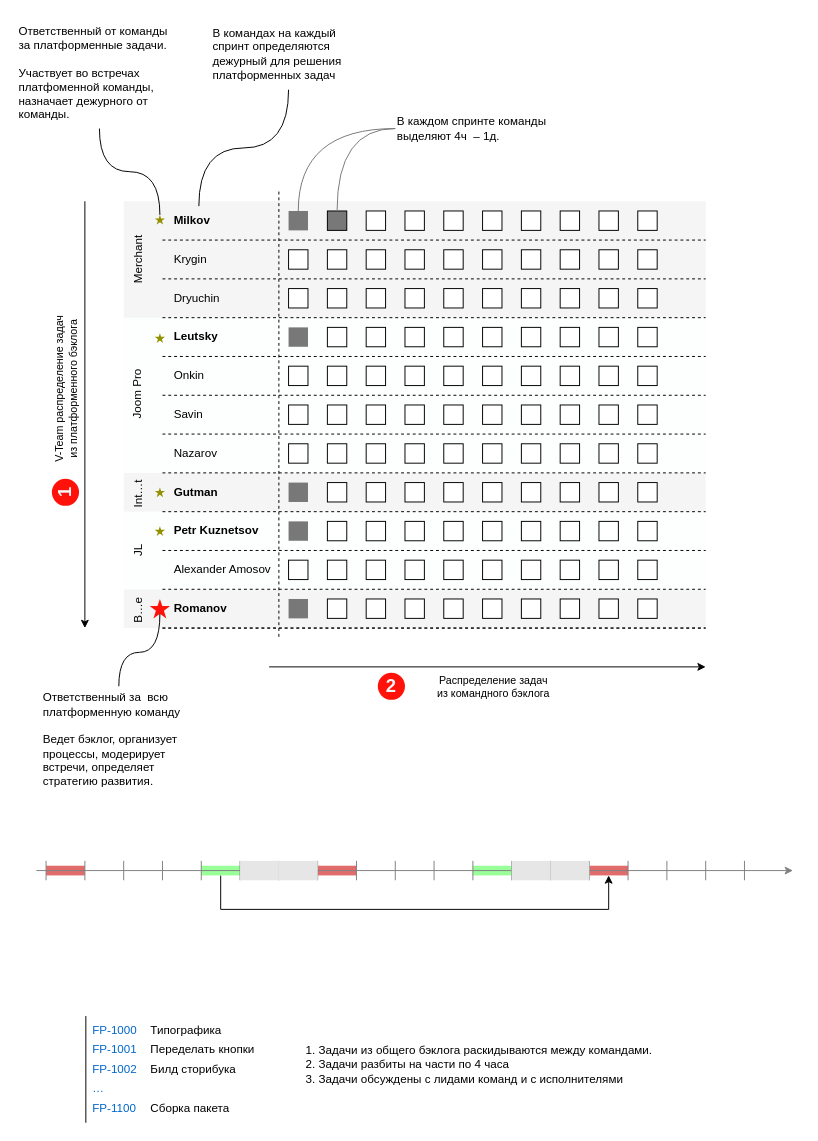
The draw.io diagram design-flow.drawio in ajile/draw-io, before the edit. Source tidied: cells renumbered, new cells numbered last; positions are measured from the earlier drawing's top-left corner, leaving out a move shared by most shapes. Both pictures are drawn from the tidied source at 97%, with x=0, y=0 at pixel (16, 16).
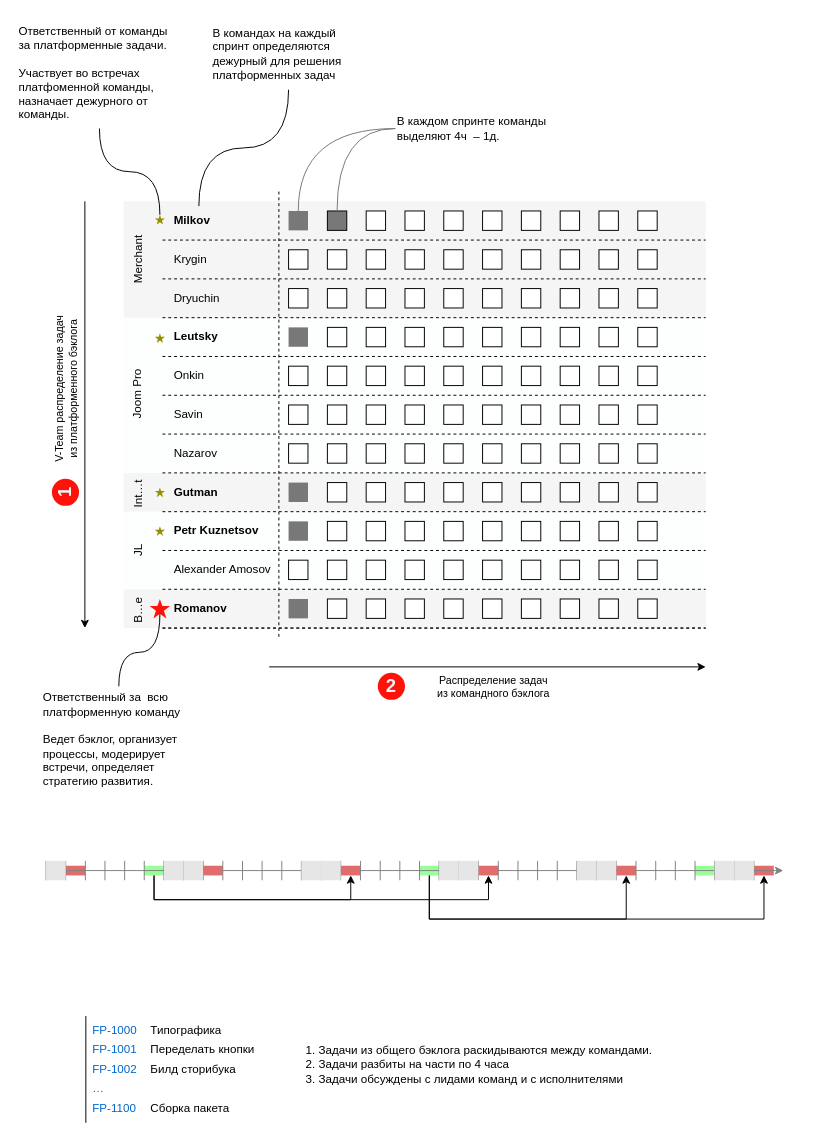
Above is the later version.

Change to the diagram source:
```diff
@@
-    <mxCell id="3" style="edgeStyle=orthogonalEdgeStyle;rounded=0;jettySize=auto;html=1;entryX=0.5;entryY=1;entryDx=0;entryDy=0;exitX=0.5;exitY=1;exitDx=0;exitDy=0;" parent="2" edge="1" source="4" target="8">
-      <mxGeometry relative="1" as="geometry">
-        <Array as="points">
-          <mxPoint x="210" y="920" />
-          <mxPoint x="610" y="920" />
-        </Array>
-      </mxGeometry>
-    </mxCell>
+    <mxCell id="209" style="rounded=0;whiteSpace=wrap;html=1;strokeColor=none;fillColor=#E06C6C;" parent="2" vertex="1">
+      <mxGeometry x="760" y="875" width="20.2" height="10" as="geometry" />
+    </mxCell>
+    <mxCell id="210" style="rounded=0;whiteSpace=wrap;html=1;strokeColor=none;fillColor=#99FF99;" parent="2" vertex="1">
+      <mxGeometry x="699" y="875" width="20.2" height="10" as="geometry" />
+    </mxCell>
+    <mxCell id="211" style="edgeStyle=orthogonalEdgeStyle;rounded=0;jettySize=auto;html=1;exitX=0.5;exitY=1;exitDx=0;exitDy=0;entryX=0.5;entryY=1;entryDx=0;entryDy=0;" parent="2" edge="1" source="212" target="236">
+      <mxGeometry relative="1" as="geometry">
+        <Array as="points">
+          <mxPoint x="425" y="930" />
+          <mxPoint x="628" y="930" />
+        </Array>
+      </mxGeometry>
+    </mxCell>
+    <mxCell id="212" style="rounded=0;whiteSpace=wrap;html=1;strokeColor=none;fillColor=#99FF99;" parent="2" vertex="1">
+      <mxGeometry x="415" y="875" width="20.2" height="10" as="geometry" />
+    </mxCell>
+    <mxCell id="213" style="edgeStyle=orthogonalEdgeStyle;rounded=0;jettySize=auto;html=1;entryX=0.5;entryY=1;entryDx=0;entryDy=0;exitX=0.5;exitY=1;exitDx=0;exitDy=0;" parent="2" edge="1" source="4" target="216">
+      <mxGeometry relative="1" as="geometry">
+        <Array as="points">
+          <mxPoint x="141" y="910" />
+          <mxPoint x="344" y="910" />
+        </Array>
+      </mxGeometry>
+    </mxCell>
     <mxCell id="4" style="rounded=0;whiteSpace=wrap;html=1;strokeColor=none;fillColor=#99FF99;" parent="2" vertex="1">
-      <mxGeometry x="190" y="875" width="40" height="10" as="geometry" />
+      <mxGeometry x="131.2" y="875" width="20.2" height="10" as="geometry" />
     </mxCell>
-    <mxCell id="5" style="rounded=0;whiteSpace=wrap;html=1;strokeColor=none;fillColor=#99FF99;" parent="2" vertex="1">
-      <mxGeometry x="470" y="875" width="40" height="10" as="geometry" />
-    </mxCell>
-    <mxCell id="6" style="rounded=0;whiteSpace=wrap;html=1;strokeColor=none;fillColor=#E06C6C;" parent="2" vertex="1">
-      <mxGeometry x="310" y="875" width="40" height="10" as="geometry" />
-    </mxCell>
     <mxCell id="7" style="rounded=0;whiteSpace=wrap;html=1;strokeColor=none;fillColor=#E06C6C;" parent="2" vertex="1">
-      <mxGeometry x="30" y="875" width="40" height="10" as="geometry" />
+      <mxGeometry x="50.2" y="875" width="20.2" height="10" as="geometry" />
     </mxCell>
-    <mxCell id="8" style="rounded=0;whiteSpace=wrap;html=1;strokeColor=none;fillColor=#E06C6C;fontStyle=1;" parent="2" vertex="1">
-      <mxGeometry x="590" y="875" width="40" height="10" as="geometry" />
-    </mxCell>
-    <mxCell id="9" style="endArrow=classic;html=1;rounded=0;strokeColor=#808080;" parent="2" edge="1">
+    <mxCell id="9" style="endArrow=classic;html=1;rounded=0;strokeColor=#808080;" parent="2" edge="1" source="215">
       <mxGeometry relative="1" as="geometry">
-        <mxPoint x="20" y="880" as="sourcePoint" />
-        <mxPoint x="800" y="880" as="targetPoint" />
+        <mxPoint x="790" y="880" as="targetPoint" />
       </mxGeometry>
     </mxCell>
     <mxCell id="10" style="endArrow=none;html=1;rounded=0;strokeColor=#808080;" parent="2" edge="1">
       <mxGeometry relative="1" as="geometry">
-        <mxPoint x="70" y="890" as="sourcePoint" />
-        <mxPoint x="70" y="870" as="targetPoint" />
+        <mxPoint x="70.5" y="890" as="sourcePoint" />
+        <mxPoint x="70.5" y="870" as="targetPoint" />
       </mxGeometry>
     </mxCell>
     <mxCell id="11" style="endArrow=none;html=1;rounded=0;strokeColor=#808080;" parent="2" edge="1">
       <mxGeometry relative="1" as="geometry">
-        <mxPoint x="110" y="890" as="sourcePoint" />
-        <mxPoint x="110" y="870" as="targetPoint" />
+        <mxPoint x="90.7" y="890" as="sourcePoint" />
+        <mxPoint x="90.7" y="870" as="targetPoint" />
       </mxGeometry>
     </mxCell>
     <mxCell id="12" style="endArrow=none;html=1;rounded=0;strokeColor=#808080;" parent="2" edge="1">
       <mxGeometry relative="1" as="geometry">
-        <mxPoint x="150" y="890" as="sourcePoint" />
-        <mxPoint x="150" y="870" as="targetPoint" />
+        <mxPoint x="111" y="890" as="sourcePoint" />
+        <mxPoint x="111" y="870" as="targetPoint" />
       </mxGeometry>
     </mxCell>
     <mxCell id="13" style="endArrow=none;html=1;rounded=0;strokeColor=#808080;" parent="2" edge="1">
       <mxGeometry relative="1" as="geometry">
-        <mxPoint x="190" y="890" as="sourcePoint" />
-        <mxPoint x="190" y="870" as="targetPoint" />
+        <mxPoint x="131.2" y="890" as="sourcePoint" />
+        <mxPoint x="131.2" y="870" as="targetPoint" />
       </mxGeometry>
     </mxCell>
     <mxCell id="14" style="endArrow=none;html=1;rounded=0;strokeColor=#808080;" parent="2" edge="1">
       <mxGeometry relative="1" as="geometry">
-        <mxPoint x="230" y="890" as="sourcePoint" />
-        <mxPoint x="230" y="870" as="targetPoint" />
+        <mxPoint x="151.5" y="890" as="sourcePoint" />
+        <mxPoint x="151.5" y="870" as="targetPoint" />
       </mxGeometry>
     </mxCell>
     <mxCell id="15" style="endArrow=none;html=1;rounded=0;strokeColor=#808080;" parent="2" edge="1">
       <mxGeometry relative="1" as="geometry">
-        <mxPoint x="30" y="890" as="sourcePoint" />
-        <mxPoint x="30" y="870" as="targetPoint" />
+        <mxPoint x="50.2" y="890" as="sourcePoint" />
+        <mxPoint x="50.2" y="870" as="targetPoint" />
       </mxGeometry>
     </mxCell>
     <mxCell id="16" style="endArrow=none;html=1;rounded=0;strokeColor=#808080;" parent="2" edge="1">
       <mxGeometry relative="1" as="geometry">
-        <mxPoint x="270" y="890" as="sourcePoint" />
-        <mxPoint x="270" y="870" as="targetPoint" />
+        <mxPoint x="171.7" y="890" as="sourcePoint" />
+        <mxPoint x="171.7" y="870" as="targetPoint" />
       </mxGeometry>
     </mxCell>
     <mxCell id="17" style="endArrow=none;html=1;rounded=0;strokeColor=#808080;" parent="2" edge="1">
       <mxGeometry relative="1" as="geometry">
-        <mxPoint x="310" y="890" as="sourcePoint" />
-        <mxPoint x="310" y="870" as="targetPoint" />
+        <mxPoint x="192" y="890" as="sourcePoint" />
+        <mxPoint x="192" y="870" as="targetPoint" />
       </mxGeometry>
     </mxCell>
+    <mxCell id="29" style="rounded=0;whiteSpace=wrap;html=1;strokeColor=none;fillColor=#E6E6E6;" parent="2" vertex="1">
+      <mxGeometry x="171.7" y="870" width="20.2" height="20" as="geometry" />
+    </mxCell>
+    <mxCell id="30" style="rounded=0;whiteSpace=wrap;html=1;strokeColor=none;fillColor=#E6E6E6;" parent="2" vertex="1">
+      <mxGeometry x="151.5" y="870" width="20.2" height="20" as="geometry" />
+    </mxCell>
+    <mxCell id="214" style="endArrow=none;html=1;rounded=0;strokeColor=#808080;" parent="2" edge="1">
+      <mxGeometry relative="1" as="geometry">
+        <mxPoint x="30" y="890" as="sourcePoint" />
+        <mxPoint x="30" y="870" as="targetPoint" />
+      </mxGeometry>
+    </mxCell>
+    <mxCell id="215" style="rounded=0;whiteSpace=wrap;html=1;strokeColor=none;fillColor=#E6E6E6;" parent="2" vertex="1">
+      <mxGeometry x="30" y="870" width="20.2" height="20" as="geometry" />
+    </mxCell>
+    <mxCell id="6" style="rounded=0;whiteSpace=wrap;html=1;strokeColor=none;fillColor=#E06C6C;" parent="2" vertex="1">
+      <mxGeometry x="192" y="875" width="20.2" height="10" as="geometry" />
+    </mxCell>
     <mxCell id="18" style="endArrow=none;html=1;rounded=0;strokeColor=#808080;" parent="2" edge="1">
       <mxGeometry relative="1" as="geometry">
-        <mxPoint x="350" y="890" as="sourcePoint" />
-        <mxPoint x="350" y="870" as="targetPoint" />
+        <mxPoint x="212.2" y="890" as="sourcePoint" />
+        <mxPoint x="212.2" y="870" as="targetPoint" />
       </mxGeometry>
     </mxCell>
     <mxCell id="19" style="endArrow=none;html=1;rounded=0;strokeColor=#808080;" parent="2" edge="1">
       <mxGeometry relative="1" as="geometry">
-        <mxPoint x="390" y="890" as="sourcePoint" />
-        <mxPoint x="390" y="870" as="targetPoint" />
+        <mxPoint x="232.5" y="890" as="sourcePoint" />
+        <mxPoint x="232.5" y="870" as="targetPoint" />
       </mxGeometry>
     </mxCell>
     <mxCell id="20" style="endArrow=none;html=1;rounded=0;strokeColor=#808080;" parent="2" edge="1">
       <mxGeometry relative="1" as="geometry">
-        <mxPoint x="430" y="890" as="sourcePoint" />
-        <mxPoint x="430" y="870" as="targetPoint" />
+        <mxPoint x="252.7" y="890" as="sourcePoint" />
+        <mxPoint x="252.7" y="870" as="targetPoint" />
       </mxGeometry>
     </mxCell>
     <mxCell id="21" style="endArrow=none;html=1;rounded=0;strokeColor=#808080;" parent="2" edge="1">
       <mxGeometry relative="1" as="geometry">
-        <mxPoint x="470" y="890" as="sourcePoint" />
-        <mxPoint x="470" y="870" as="targetPoint" />
+        <mxPoint x="273" y="890" as="sourcePoint" />
+        <mxPoint x="273" y="870" as="targetPoint" />
       </mxGeometry>
     </mxCell>
     <mxCell id="22" style="endArrow=none;html=1;rounded=0;strokeColor=#808080;" parent="2" edge="1">
       <mxGeometry relative="1" as="geometry">
-        <mxPoint x="510" y="890" as="sourcePoint" />
-        <mxPoint x="510" y="870" as="targetPoint" />
+        <mxPoint x="293.2" y="890" as="sourcePoint" />
+        <mxPoint x="293.2" y="870" as="targetPoint" />
       </mxGeometry>
     </mxCell>
     <mxCell id="23" style="endArrow=none;html=1;rounded=0;strokeColor=#808080;" parent="2" edge="1">
       <mxGeometry relative="1" as="geometry">
-        <mxPoint x="550" y="890" as="sourcePoint" />
-        <mxPoint x="550" y="870" as="targetPoint" />
+        <mxPoint x="313.5" y="890" as="sourcePoint" />
+        <mxPoint x="313.5" y="870" as="targetPoint" />
       </mxGeometry>
     </mxCell>
     <mxCell id="24" style="endArrow=none;html=1;rounded=0;strokeColor=#808080;" parent="2" edge="1">
       <mxGeometry relative="1" as="geometry">
-        <mxPoint x="590" y="890" as="sourcePoint" />
-        <mxPoint x="590" y="870" as="targetPoint" />
+        <mxPoint x="333.7" y="890" as="sourcePoint" />
+        <mxPoint x="333.7" y="870" as="targetPoint" />
       </mxGeometry>
     </mxCell>
-    <mxCell id="25" style="endArrow=none;html=1;rounded=0;strokeColor=#808080;" parent="2" edge="1">
-      <mxGeometry relative="1" as="geometry">
-        <mxPoint x="630" y="890" as="sourcePoint" />
-        <mxPoint x="630" y="870" as="targetPoint" />
-      </mxGeometry>
-    </mxCell>
-    <mxCell id="26" style="endArrow=none;html=1;rounded=0;strokeColor=#808080;" parent="2" edge="1">
-      <mxGeometry relative="1" as="geometry">
-        <mxPoint x="670" y="890" as="sourcePoint" />
-        <mxPoint x="670" y="870" as="targetPoint" />
-      </mxGeometry>
-    </mxCell>
-    <mxCell id="27" style="endArrow=none;html=1;rounded=0;strokeColor=#808080;" parent="2" edge="1">
-      <mxGeometry relative="1" as="geometry">
-        <mxPoint x="710" y="890" as="sourcePoint" />
-        <mxPoint x="710" y="870" as="targetPoint" />
-      </mxGeometry>
-    </mxCell>
-    <mxCell id="28" style="endArrow=none;html=1;rounded=0;strokeColor=#808080;" parent="2" edge="1">
-      <mxGeometry relative="1" as="geometry">
-        <mxPoint x="750" y="890" as="sourcePoint" />
-        <mxPoint x="750" y="870" as="targetPoint" />
-      </mxGeometry>
-    </mxCell>
-    <mxCell id="29" style="rounded=0;whiteSpace=wrap;html=1;strokeColor=none;fillColor=#E6E6E6;" parent="2" vertex="1">
-      <mxGeometry x="270" y="870" width="40" height="20" as="geometry" />
-    </mxCell>
-    <mxCell id="30" style="rounded=0;whiteSpace=wrap;html=1;strokeColor=none;fillColor=#E6E6E6;" parent="2" vertex="1">
-      <mxGeometry x="230" y="870" width="40" height="20" as="geometry" />
-    </mxCell>
     <mxCell id="31" style="rounded=0;whiteSpace=wrap;html=1;strokeColor=none;fillColor=#E6E6E6;" parent="2" vertex="1">
-      <mxGeometry x="550" y="870" width="40" height="20" as="geometry" />
+      <mxGeometry x="313.5" y="870" width="20.2" height="20" as="geometry" />
     </mxCell>
     <mxCell id="32" style="rounded=0;whiteSpace=wrap;html=1;strokeColor=none;fillColor=#E6E6E6;" parent="2" vertex="1">
-      <mxGeometry x="510" y="870" width="40" height="20" as="geometry" />
+      <mxGeometry x="293.2" y="870" width="20.2" height="20" as="geometry" />
     </mxCell>
+    <mxCell id="216" style="rounded=0;whiteSpace=wrap;html=1;strokeColor=none;fillColor=#E06C6C;" parent="2" vertex="1">
+      <mxGeometry x="334" y="875" width="20.2" height="10" as="geometry" />
+    </mxCell>
+    <mxCell id="217" style="endArrow=none;html=1;rounded=0;strokeColor=#808080;" parent="2" edge="1">
+      <mxGeometry relative="1" as="geometry">
+        <mxPoint x="354.2" y="890" as="sourcePoint" />
+        <mxPoint x="354.2" y="870" as="targetPoint" />
+      </mxGeometry>
+    </mxCell>
+    <mxCell id="218" style="endArrow=none;html=1;rounded=0;strokeColor=#808080;" parent="2" edge="1">
+      <mxGeometry relative="1" as="geometry">
+        <mxPoint x="374.5" y="890" as="sourcePoint" />
+        <mxPoint x="374.5" y="870" as="targetPoint" />
+      </mxGeometry>
+    </mxCell>
+    <mxCell id="219" style="endArrow=none;html=1;rounded=0;strokeColor=#808080;" parent="2" edge="1">
+      <mxGeometry relative="1" as="geometry">
+        <mxPoint x="394.7" y="890" as="sourcePoint" />
+        <mxPoint x="394.7" y="870" as="targetPoint" />
+      </mxGeometry>
+    </mxCell>
+    <mxCell id="220" style="endArrow=none;html=1;rounded=0;strokeColor=#808080;" parent="2" edge="1">
+      <mxGeometry relative="1" as="geometry">
+        <mxPoint x="415" y="890" as="sourcePoint" />
+        <mxPoint x="415" y="870" as="targetPoint" />
+      </mxGeometry>
+    </mxCell>
+    <mxCell id="221" style="endArrow=none;html=1;rounded=0;strokeColor=#808080;" parent="2" edge="1">
+      <mxGeometry relative="1" as="geometry">
+        <mxPoint x="435.2" y="890" as="sourcePoint" />
+        <mxPoint x="435.2" y="870" as="targetPoint" />
+      </mxGeometry>
+    </mxCell>
+    <mxCell id="222" style="endArrow=none;html=1;rounded=0;strokeColor=#808080;" parent="2" edge="1">
+      <mxGeometry relative="1" as="geometry">
+        <mxPoint x="455.5" y="890" as="sourcePoint" />
+        <mxPoint x="455.5" y="870" as="targetPoint" />
+      </mxGeometry>
+    </mxCell>
+    <mxCell id="223" style="endArrow=none;html=1;rounded=0;strokeColor=#808080;" parent="2" edge="1">
+      <mxGeometry relative="1" as="geometry">
+        <mxPoint x="475.7" y="890" as="sourcePoint" />
+        <mxPoint x="475.7" y="870" as="targetPoint" />
+      </mxGeometry>
+    </mxCell>
+    <mxCell id="224" style="rounded=0;whiteSpace=wrap;html=1;strokeColor=none;fillColor=#E6E6E6;" parent="2" vertex="1">
+      <mxGeometry x="455.5" y="870" width="20.2" height="20" as="geometry" />
+    </mxCell>
+    <mxCell id="225" style="rounded=0;whiteSpace=wrap;html=1;strokeColor=none;fillColor=#E6E6E6;" parent="2" vertex="1">
+      <mxGeometry x="435.2" y="870" width="20.2" height="20" as="geometry" />
+    </mxCell>
+    <mxCell id="226" style="rounded=0;whiteSpace=wrap;html=1;strokeColor=none;fillColor=#E06C6C;" parent="2" vertex="1">
+      <mxGeometry x="476" y="875" width="20.2" height="10" as="geometry" />
+    </mxCell>
+    <mxCell id="227" style="endArrow=none;html=1;rounded=0;strokeColor=#808080;" parent="2" edge="1">
+      <mxGeometry relative="1" as="geometry">
+        <mxPoint x="496.2" y="890" as="sourcePoint" />
+        <mxPoint x="496.2" y="870" as="targetPoint" />
+      </mxGeometry>
+    </mxCell>
+    <mxCell id="228" style="endArrow=none;html=1;rounded=0;strokeColor=#808080;" parent="2" edge="1">
+      <mxGeometry relative="1" as="geometry">
+        <mxPoint x="516.5" y="890" as="sourcePoint" />
+        <mxPoint x="516.5" y="870" as="targetPoint" />
+      </mxGeometry>
+    </mxCell>
+    <mxCell id="229" style="endArrow=none;html=1;rounded=0;strokeColor=#808080;" parent="2" edge="1">
+      <mxGeometry relative="1" as="geometry">
+        <mxPoint x="536.7" y="890" as="sourcePoint" />
+        <mxPoint x="536.7" y="870" as="targetPoint" />
+      </mxGeometry>
+    </mxCell>
+    <mxCell id="230" style="endArrow=none;html=1;rounded=0;strokeColor=#808080;" parent="2" edge="1">
+      <mxGeometry relative="1" as="geometry">
+        <mxPoint x="557" y="890" as="sourcePoint" />
+        <mxPoint x="557" y="870" as="targetPoint" />
+      </mxGeometry>
+    </mxCell>
+    <mxCell id="231" style="endArrow=none;html=1;rounded=0;strokeColor=#808080;" parent="2" edge="1">
+      <mxGeometry relative="1" as="geometry">
+        <mxPoint x="577.2" y="890" as="sourcePoint" />
+        <mxPoint x="577.2" y="870" as="targetPoint" />
+      </mxGeometry>
+    </mxCell>
+    <mxCell id="232" style="endArrow=none;html=1;rounded=0;strokeColor=#808080;" parent="2" edge="1">
+      <mxGeometry relative="1" as="geometry">
+        <mxPoint x="597.5" y="890" as="sourcePoint" />
+        <mxPoint x="597.5" y="870" as="targetPoint" />
+      </mxGeometry>
+    </mxCell>
+    <mxCell id="233" style="endArrow=none;html=1;rounded=0;strokeColor=#808080;" parent="2" edge="1">
+      <mxGeometry relative="1" as="geometry">
+        <mxPoint x="617.7" y="890" as="sourcePoint" />
+        <mxPoint x="617.7" y="870" as="targetPoint" />
+      </mxGeometry>
+    </mxCell>
+    <mxCell id="234" style="rounded=0;whiteSpace=wrap;html=1;strokeColor=none;fillColor=#E6E6E6;" parent="2" vertex="1">
+      <mxGeometry x="597.5" y="870" width="20.2" height="20" as="geometry" />
+    </mxCell>
+    <mxCell id="235" style="rounded=0;whiteSpace=wrap;html=1;strokeColor=none;fillColor=#E6E6E6;" parent="2" vertex="1">
+      <mxGeometry x="577.2" y="870" width="20.2" height="20" as="geometry" />
+    </mxCell>
+    <mxCell id="236" style="rounded=0;whiteSpace=wrap;html=1;strokeColor=none;fillColor=#E06C6C;" parent="2" vertex="1">
+      <mxGeometry x="618" y="875" width="20.2" height="10" as="geometry" />
+    </mxCell>
+    <mxCell id="237" style="endArrow=none;html=1;rounded=0;strokeColor=#808080;" parent="2" edge="1">
+      <mxGeometry relative="1" as="geometry">
+        <mxPoint x="638.2" y="890" as="sourcePoint" />
+        <mxPoint x="638.2" y="870" as="targetPoint" />
+      </mxGeometry>
+    </mxCell>
+    <mxCell id="238" style="endArrow=none;html=1;rounded=0;strokeColor=#808080;" parent="2" edge="1">
+      <mxGeometry relative="1" as="geometry">
+        <mxPoint x="658.5" y="890" as="sourcePoint" />
+        <mxPoint x="658.5" y="870" as="targetPoint" />
+      </mxGeometry>
+    </mxCell>
+    <mxCell id="239" style="endArrow=none;html=1;rounded=0;strokeColor=#808080;" parent="2" edge="1">
+      <mxGeometry relative="1" as="geometry">
+        <mxPoint x="678.7" y="890" as="sourcePoint" />
+        <mxPoint x="678.7" y="870" as="targetPoint" />
+      </mxGeometry>
+    </mxCell>
+    <mxCell id="240" style="endArrow=none;html=1;rounded=0;strokeColor=#808080;" parent="2" edge="1">
+      <mxGeometry relative="1" as="geometry">
+        <mxPoint x="699" y="890" as="sourcePoint" />
+        <mxPoint x="699" y="870" as="targetPoint" />
+      </mxGeometry>
+    </mxCell>
+    <mxCell id="241" style="endArrow=none;html=1;rounded=0;strokeColor=#808080;" parent="2" edge="1">
+      <mxGeometry relative="1" as="geometry">
+        <mxPoint x="719.2" y="890" as="sourcePoint" />
+        <mxPoint x="719.2" y="870" as="targetPoint" />
+      </mxGeometry>
+    </mxCell>
+    <mxCell id="242" style="endArrow=none;html=1;rounded=0;strokeColor=#808080;" parent="2" edge="1">
+      <mxGeometry relative="1" as="geometry">
+        <mxPoint x="739.5" y="890" as="sourcePoint" />
+        <mxPoint x="739.5" y="870" as="targetPoint" />
+      </mxGeometry>
+    </mxCell>
+    <mxCell id="243" style="endArrow=none;html=1;rounded=0;strokeColor=#808080;" parent="2" edge="1">
+      <mxGeometry relative="1" as="geometry">
+        <mxPoint x="759.7" y="890" as="sourcePoint" />
+        <mxPoint x="759.7" y="870" as="targetPoint" />
+      </mxGeometry>
+    </mxCell>
+    <mxCell id="244" style="rounded=0;whiteSpace=wrap;html=1;strokeColor=none;fillColor=#E6E6E6;" parent="2" vertex="1">
+      <mxGeometry x="739.5" y="870" width="20.2" height="20" as="geometry" />
+    </mxCell>
+    <mxCell id="245" style="rounded=0;whiteSpace=wrap;html=1;strokeColor=none;fillColor=#E6E6E6;" parent="2" vertex="1">
+      <mxGeometry x="719.2" y="870" width="20.2" height="20" as="geometry" />
+    </mxCell>
+    <mxCell id="246" style="edgeStyle=orthogonalEdgeStyle;rounded=0;jettySize=auto;html=1;exitX=0.5;exitY=1;exitDx=0;exitDy=0;entryX=0.5;entryY=1;entryDx=0;entryDy=0;" parent="2" edge="1" source="4" target="226">
+      <mxGeometry relative="1" as="geometry">
+        <Array as="points">
+          <mxPoint x="141" y="910" />
+          <mxPoint x="486" y="910" />
+        </Array>
+      </mxGeometry>
+    </mxCell>
+    <mxCell id="247" style="edgeStyle=orthogonalEdgeStyle;rounded=0;jettySize=auto;html=1;exitX=0.5;exitY=1;exitDx=0;exitDy=0;entryX=0.5;entryY=1;entryDx=0;entryDy=0;" parent="2" edge="1" source="212" target="209">
+      <mxGeometry relative="1" as="geometry">
+        <Array as="points">
+          <mxPoint x="425" y="930" />
+          <mxPoint x="770" y="930" />
+        </Array>
+      </mxGeometry>
+    </mxCell>
```
